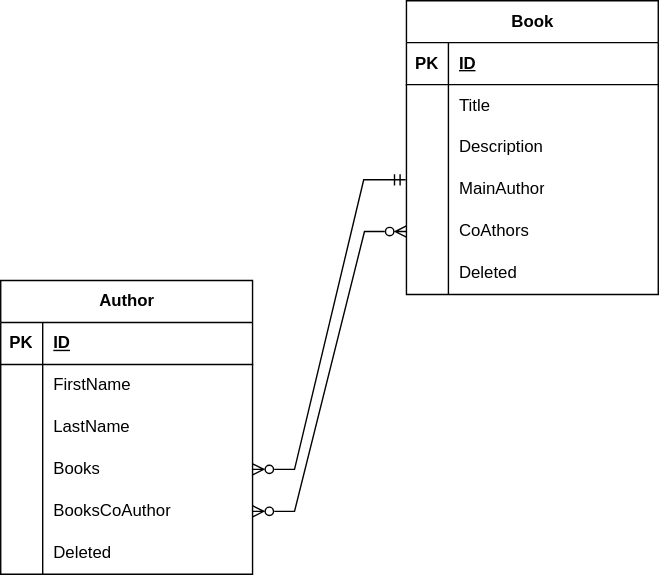
The draw.io diagram WebApi/DatabaseScheme.svg in reagafonov/BookLibraryBackend, before a commit. Source tidied: cells renumbered, new cells last; positions are measured from the earlier drawing's top-left corner, leaving out a move shared by most shapes.
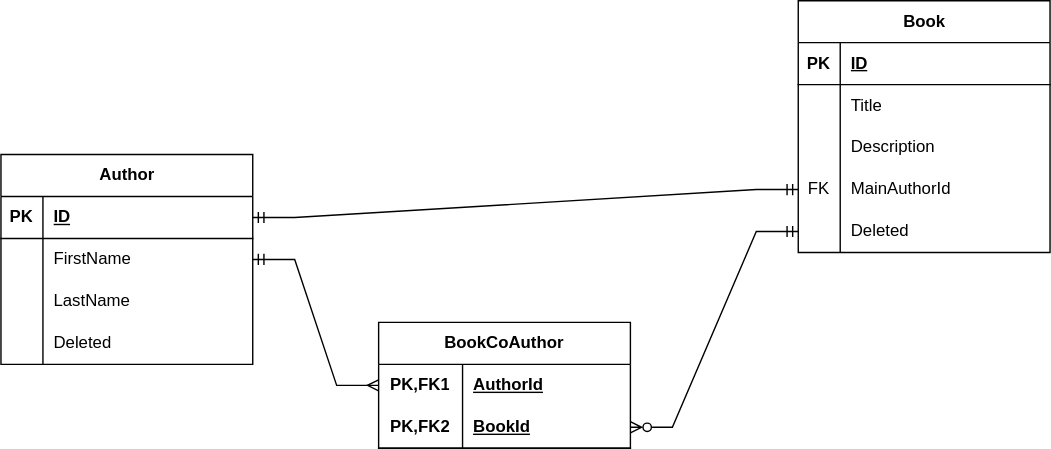
The same diagram one commit later.

What changed in the source:
```diff
@@ -3,7 +3,7 @@
     <mxCell id="0" />
     <mxCell id="1" parent="0" />
     <mxCell id="2" value="Book" style="shape=table;startSize=30;rowLines=0;fontStyle=1;align=center;html=1;" parent="1" vertex="1">
-      <mxGeometry x="290" width="180" height="210" as="geometry" />
+      <mxGeometry x="290" width="180" height="180" as="geometry" />
     </mxCell>
     <mxCell id="3" style="shape=tableRow;horizontal=0;startSize=0;swimlaneHead=0;swimlaneBody=0;fillColor=none;top=0;left=0;right=0;bottom=1;" parent="2" vertex="1">
       <mxGeometry y="30" width="180" height="30" as="geometry" />
@@ -35,23 +35,14 @@
     <mxCell id="12" style="shape=tableRow;horizontal=0;startSize=0;swimlaneHead=0;swimlaneBody=0;fillColor=none;points=[[0,0.5],[1,0.5]];portConstraint=eastwest;top=0;left=0;right=0;bottom=0;" parent="2" vertex="1">
       <mxGeometry y="120" width="180" height="30" as="geometry" />
     </mxCell>
-    <mxCell id="13" style="shape=partialRectangle;fillColor=none;top=0;left=0;bottom=0;right=0;overflow=hidden;whiteSpace=wrap;html=1;" parent="12" vertex="1">
+    <mxCell id="13" value="FK" style="shape=partialRectangle;fillColor=none;top=0;left=0;bottom=0;right=0;overflow=hidden;whiteSpace=wrap;html=1;" parent="12" vertex="1">
       <mxGeometry width="30" height="30" as="geometry" />
     </mxCell>
-    <mxCell id="14" value="MainAuthor" style="shape=partialRectangle;fillColor=none;top=0;left=0;bottom=0;right=0;align=left;spacingLeft=6;overflow=hidden;whiteSpace=wrap;html=1;" parent="12" vertex="1">
+    <mxCell id="14" value="MainAuthorId" style="shape=partialRectangle;fillColor=none;top=0;left=0;bottom=0;right=0;align=left;spacingLeft=6;overflow=hidden;whiteSpace=wrap;html=1;" parent="12" vertex="1">
       <mxGeometry x="30" width="150" height="30" as="geometry" />
     </mxCell>
-    <mxCell id="15" style="shape=tableRow;horizontal=0;startSize=0;swimlaneHead=0;swimlaneBody=0;fillColor=none;points=[[0,0.5],[1,0.5]];portConstraint=eastwest;top=0;left=0;right=0;bottom=0;" parent="2" vertex="1">
-      <mxGeometry y="150" width="180" height="30" as="geometry" />
-    </mxCell>
-    <mxCell id="16" style="shape=partialRectangle;fillColor=none;top=0;left=0;bottom=0;right=0;overflow=hidden;whiteSpace=wrap;html=1;" parent="15" vertex="1">
-      <mxGeometry width="30" height="30" as="geometry" />
-    </mxCell>
-    <mxCell id="17" value="CoAthors" style="shape=partialRectangle;fillColor=none;top=0;left=0;bottom=0;right=0;align=left;spacingLeft=6;overflow=hidden;whiteSpace=wrap;html=1;" parent="15" vertex="1">
-      <mxGeometry x="30" width="150" height="30" as="geometry" />
-    </mxCell>
     <mxCell id="18" style="shape=tableRow;horizontal=0;startSize=0;swimlaneHead=0;swimlaneBody=0;fillColor=none;top=0;left=0;right=0;bottom=0;" parent="2" vertex="1">
-      <mxGeometry y="180" width="180" height="30" as="geometry" />
+      <mxGeometry y="150" width="180" height="30" as="geometry" />
     </mxCell>
     <mxCell id="19" style="shape=partialRectangle;fillColor=none;top=0;left=0;bottom=0;right=0;overflow=hidden;whiteSpace=wrap;html=1;" parent="18" vertex="1">
       <mxGeometry width="30" height="30" as="geometry" />
@@ -60,7 +51,7 @@
       <mxGeometry x="30" width="150" height="30" as="geometry" />
     </mxCell>
     <mxCell id="21" value="Author" style="shape=table;startSize=30;rowLines=0;fontStyle=1;align=center;html=1;" parent="1" vertex="1">
-      <mxGeometry y="200" width="180" height="210" as="geometry" />
+      <mxGeometry x="-280" y="110" width="180" height="150" as="geometry" />
     </mxCell>
     <mxCell id="22" style="shape=tableRow;horizontal=0;startSize=0;swimlaneHead=0;swimlaneBody=0;fillColor=none;points=[[0,0.5],[1,0.5]];portConstraint=eastwest;top=0;left=0;right=0;bottom=1;" parent="21" vertex="1">
       <mxGeometry y="30" width="180" height="30" as="geometry" />
@@ -89,26 +80,8 @@
     <mxCell id="30" value="LastName" style="shape=partialRectangle;fillColor=none;top=0;left=0;bottom=0;right=0;align=left;spacingLeft=6;overflow=hidden;whiteSpace=wrap;html=1;" parent="28" vertex="1">
       <mxGeometry x="30" width="150" height="30" as="geometry" />
     </mxCell>
-    <mxCell id="31" style="shape=tableRow;horizontal=0;startSize=0;swimlaneHead=0;swimlaneBody=0;fillColor=none;points=[[0,0.5],[1,0.5]];portConstraint=eastwest;top=0;left=0;right=0;bottom=0;" parent="21" vertex="1">
-      <mxGeometry y="120" width="180" height="30" as="geometry" />
-    </mxCell>
-    <mxCell id="32" style="shape=partialRectangle;fillColor=none;top=0;left=0;bottom=0;right=0;overflow=hidden;whiteSpace=wrap;html=1;" parent="31" vertex="1">
-      <mxGeometry width="30" height="30" as="geometry" />
-    </mxCell>
-    <mxCell id="33" value="Books" style="shape=partialRectangle;fillColor=none;top=0;left=0;bottom=0;right=0;align=left;spacingLeft=6;overflow=hidden;whiteSpace=wrap;html=1;" parent="31" vertex="1">
-      <mxGeometry x="30" width="150" height="30" as="geometry" />
-    </mxCell>
-    <mxCell id="34" style="shape=tableRow;horizontal=0;startSize=0;swimlaneHead=0;swimlaneBody=0;fillColor=none;points=[[0,0.5],[1,0.5]];portConstraint=eastwest;top=0;left=0;right=0;bottom=0;" parent="21" vertex="1">
-      <mxGeometry y="150" width="180" height="30" as="geometry" />
-    </mxCell>
-    <mxCell id="35" style="shape=partialRectangle;fillColor=none;top=0;left=0;bottom=0;right=0;overflow=hidden;whiteSpace=wrap;html=1;" parent="34" vertex="1">
-      <mxGeometry width="30" height="30" as="geometry" />
-    </mxCell>
-    <mxCell id="36" value="BooksCoAuthor" style="shape=partialRectangle;fillColor=none;top=0;left=0;bottom=0;right=0;align=left;spacingLeft=6;overflow=hidden;whiteSpace=wrap;html=1;" parent="34" vertex="1">
-      <mxGeometry x="30" width="150" height="30" as="geometry" />
-    </mxCell>
     <mxCell id="37" style="shape=tableRow;horizontal=0;startSize=0;swimlaneHead=0;swimlaneBody=0;fillColor=none;top=0;left=0;right=0;bottom=0;" parent="21" vertex="1">
-      <mxGeometry y="180" width="180" height="30" as="geometry" />
+      <mxGeometry y="120" width="180" height="30" as="geometry" />
     </mxCell>
     <mxCell id="38" style="shape=partialRectangle;fillColor=none;top=0;left=0;bottom=0;right=0;overflow=hidden;whiteSpace=wrap;html=1;" parent="37" vertex="1">
       <mxGeometry width="30" height="30" as="geometry" />
@@ -116,16 +89,41 @@
     <mxCell id="39" value="Deleted" style="shape=partialRectangle;fillColor=none;top=0;left=0;bottom=0;right=0;align=left;spacingLeft=6;overflow=hidden;whiteSpace=wrap;html=1;" parent="37" vertex="1">
       <mxGeometry x="30" width="150" height="30" as="geometry" />
     </mxCell>
-    <mxCell id="40" style="edgeStyle=entityRelationEdgeStyle;fontSize=12;html=1;endArrow=ERzeroToMany;rounded=0;endFill=0;startArrow=ERzeroToMany;startFill=0;" parent="1" edge="1" source="34" target="15">
+    <mxCell id="40" style="edgeStyle=entityRelationEdgeStyle;fontSize=12;html=1;endArrow=ERmandOne;rounded=0;endFill=0;startArrow=ERzeroToMany;startFill=0;exitX=1;exitY=0.5;exitDx=0;exitDy=0;" parent="1" edge="1" source="46">
       <mxGeometry relative="1" as="geometry">
+        <mxPoint x="290" y="165" as="targetPoint" />
         <Array as="points">
           <mxPoint x="350" />
           <mxPoint x="340" y="30" />
         </Array>
       </mxGeometry>
     </mxCell>
-    <mxCell id="41" style="edgeStyle=entityRelationEdgeStyle;fontSize=12;html=1;endArrow=ERmandOne;startArrow=ERzeroToMany;rounded=0;entryX=-0.003;entryY=0.267;entryDx=0;entryDy=0;entryPerimeter=0;startFill=0;" parent="1" edge="1" source="31" target="12">
+    <mxCell id="41" style="edgeStyle=entityRelationEdgeStyle;fontSize=12;html=1;endArrow=ERmany;startArrow=ERmandOne;rounded=0;entryX=0;entryY=0.5;entryDx=0;entryDy=0;startFill=0;endFill=0;" parent="1" edge="1" source="21" target="43">
       <mxGeometry relative="1" as="geometry" />
     </mxCell>
+    <mxCell id="42" value="BookCoAuthor" style="shape=table;startSize=30;rowLines=0;fontStyle=1;align=center;html=1;whiteSpace=wrap;" parent="1" vertex="1">
+      <mxGeometry x="-10" y="230" width="180" height="90" as="geometry" />
+    </mxCell>
+    <mxCell id="43" style="shape=tableRow;horizontal=0;startSize=0;swimlaneHead=0;swimlaneBody=0;fillColor=none;points=[[0,0.5],[1,0.5]];portConstraint=eastwest;top=0;left=0;right=0;bottom=0;html=1;" parent="42" vertex="1">
+      <mxGeometry y="30" width="180" height="30" as="geometry" />
+    </mxCell>
+    <mxCell id="44" value="PK,FK1" style="shape=partialRectangle;fillColor=none;top=0;left=0;bottom=0;right=0;fontStyle=1;overflow=hidden;html=1;whiteSpace=wrap;" parent="43" vertex="1">
+      <mxGeometry width="60" height="30" as="geometry" />
+    </mxCell>
+    <mxCell id="45" value="AuthorId" style="shape=partialRectangle;fillColor=none;top=0;left=0;bottom=0;right=0;align=left;spacingLeft=6;fontStyle=5;overflow=hidden;html=1;whiteSpace=wrap;" parent="43" vertex="1">
+      <mxGeometry x="60" width="120" height="30" as="geometry" />
+    </mxCell>
+    <mxCell id="46" style="shape=tableRow;horizontal=0;startSize=0;swimlaneHead=0;swimlaneBody=0;fillColor=none;points=[[0,0.5],[1,0.5]];portConstraint=eastwest;top=0;left=0;right=0;bottom=1;html=1;" parent="42" vertex="1">
+      <mxGeometry y="60" width="180" height="30" as="geometry" />
+    </mxCell>
+    <mxCell id="47" value="PK,FK2" style="shape=partialRectangle;fillColor=none;top=0;left=0;bottom=0;right=0;fontStyle=1;overflow=hidden;html=1;whiteSpace=wrap;" parent="46" vertex="1">
+      <mxGeometry width="60" height="30" as="geometry" />
+    </mxCell>
+    <mxCell id="48" value="BookId" style="shape=partialRectangle;fillColor=none;top=0;left=0;bottom=0;right=0;align=left;spacingLeft=6;fontStyle=5;overflow=hidden;html=1;whiteSpace=wrap;" parent="46" vertex="1">
+      <mxGeometry x="60" width="120" height="30" as="geometry" />
+    </mxCell>
+    <mxCell id="49" style="edgeStyle=entityRelationEdgeStyle;fontSize=12;html=1;endArrow=ERmandOne;startArrow=ERmandOne;rounded=0;exitX=1;exitY=0.5;exitDx=0;exitDy=0;entryX=0;entryY=0.5;entryDx=0;entryDy=0;" parent="1" edge="1" source="22" target="12">
+      <mxGeometry relative="1" as="geometry" />
+    </mxCell>
   </root>
 </mxGraphModel>
```
